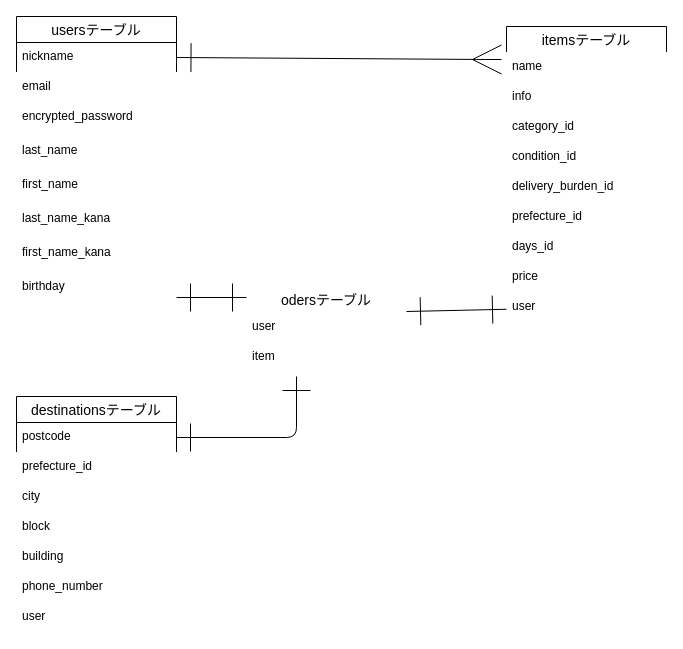
Before: ER.dio in itsuto/furima-37896, a draw.io diagram. Source tidied: cells renumbered, new cells numbered last; positions are measured from the earlier drawing's top-left corner, leaving out a move shared by most shapes. Both pictures are drawn from the tidied source at 100%, with x=0, y=0 at pixel (16, 16).
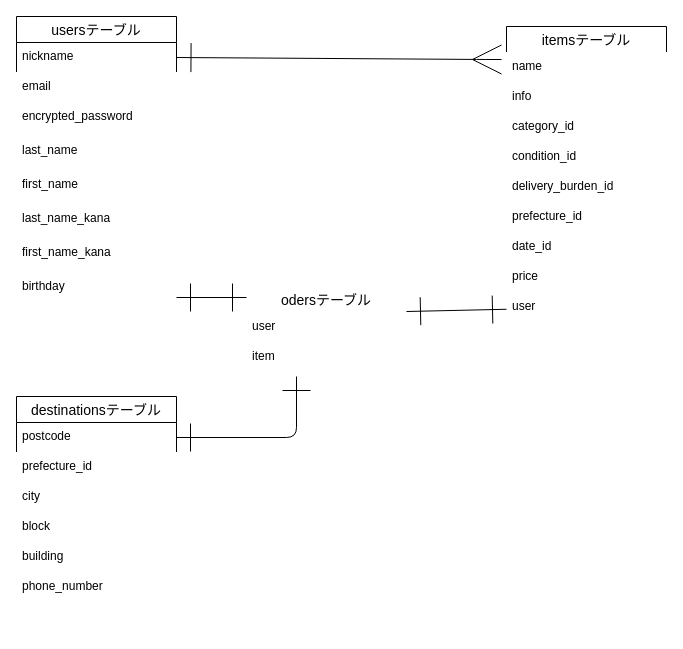
After the change.

The change refers to these unchanged cells:
```xml
<mxCell id="11" value="itemsテーブル" style="swimlane;fontStyle=0;horizontal=1;startSize=26;align=center;fontSize=14;" parent="1" vertex="1">
  <mxGeometry x="490" y="10" width="160" height="296" as="geometry" />
</mxCell>
```

Diff of the diagram source:
```diff
@@
-    <mxCell id="18" value="days_id" style="text;strokeColor=#FFFFFF;fillColor=none;spacingLeft=4;spacingRight=4;overflow=hidden;fontSize=12;" parent="11" vertex="1">
+    <mxCell id="18" value="date_id" style="text;strokeColor=#FFFFFF;fillColor=none;spacingLeft=4;spacingRight=4;overflow=hidden;fontSize=12;" parent="11" vertex="1">
       <mxGeometry y="206" width="160" height="30" as="geometry" />
     </mxCell>
@@
     <mxCell id="21" value="destinationsテーブル" style="swimlane;fontStyle=0;horizontal=1;startSize=26;align=center;fontSize=14;" parent="1" vertex="1">
-      <mxGeometry y="380" width="160" height="236" as="geometry" />
+      <mxGeometry y="380" width="160" height="206" as="geometry" />
     </mxCell>
@@
-    <mxCell id="28" value="user" style="text;strokeColor=#FFFFFF;fillColor=none;spacingLeft=4;spacingRight=4;overflow=hidden;fontSize=12;" parent="21" vertex="1">
-      <mxGeometry y="206" width="160" height="30" as="geometry" />
-    </mxCell>
```
